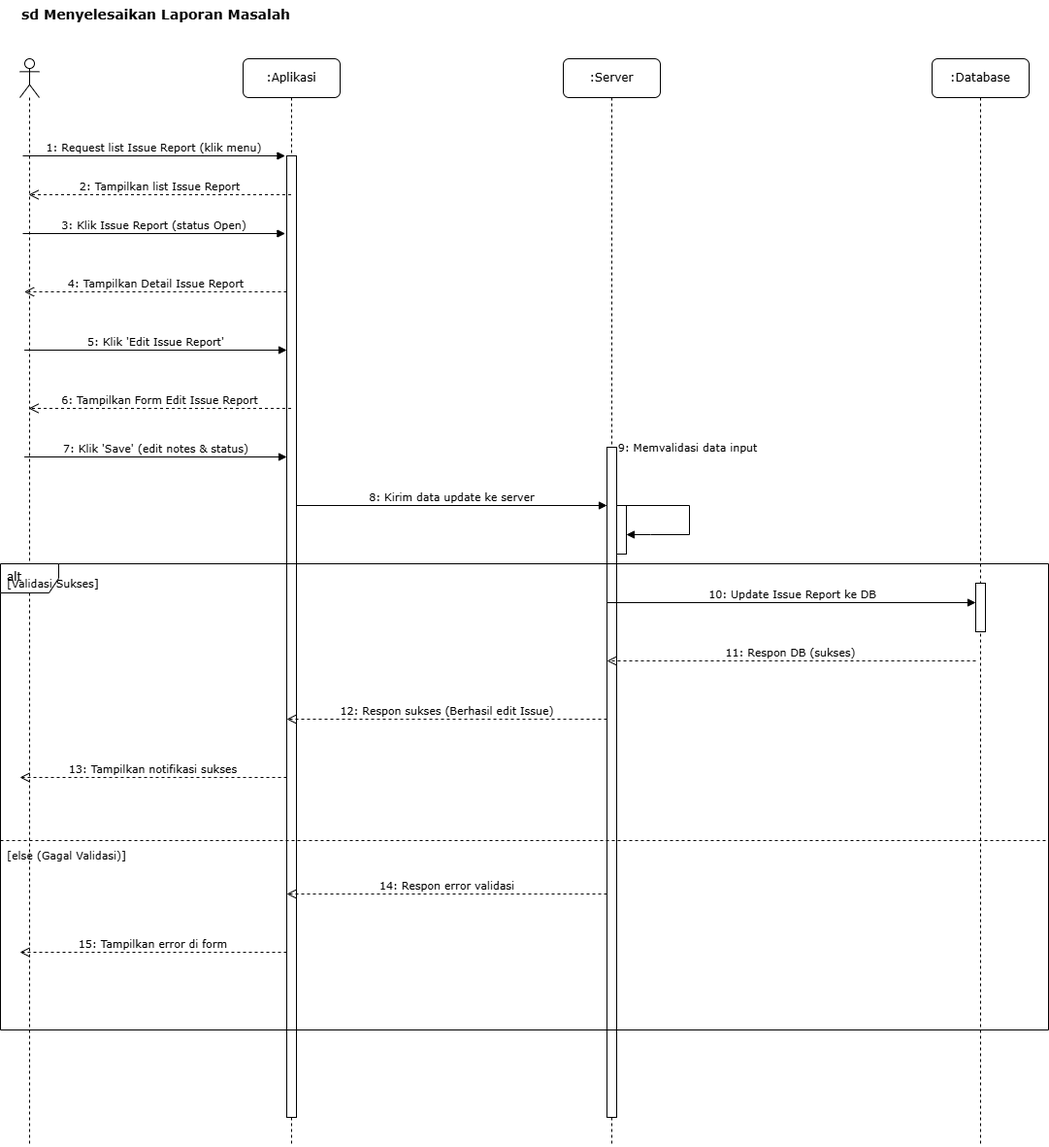
Above: Diagram/sequence-diagram-skripsi-menyelesaikan-laporan-masalah.drawio.png in Rizz404/SKRIPSI_V2 (draw.io), before the change. Source tidied: cells renumbered, new cells last; positions are measured from the earlier drawing's top-left corner, leaving out a move shared by most shapes.
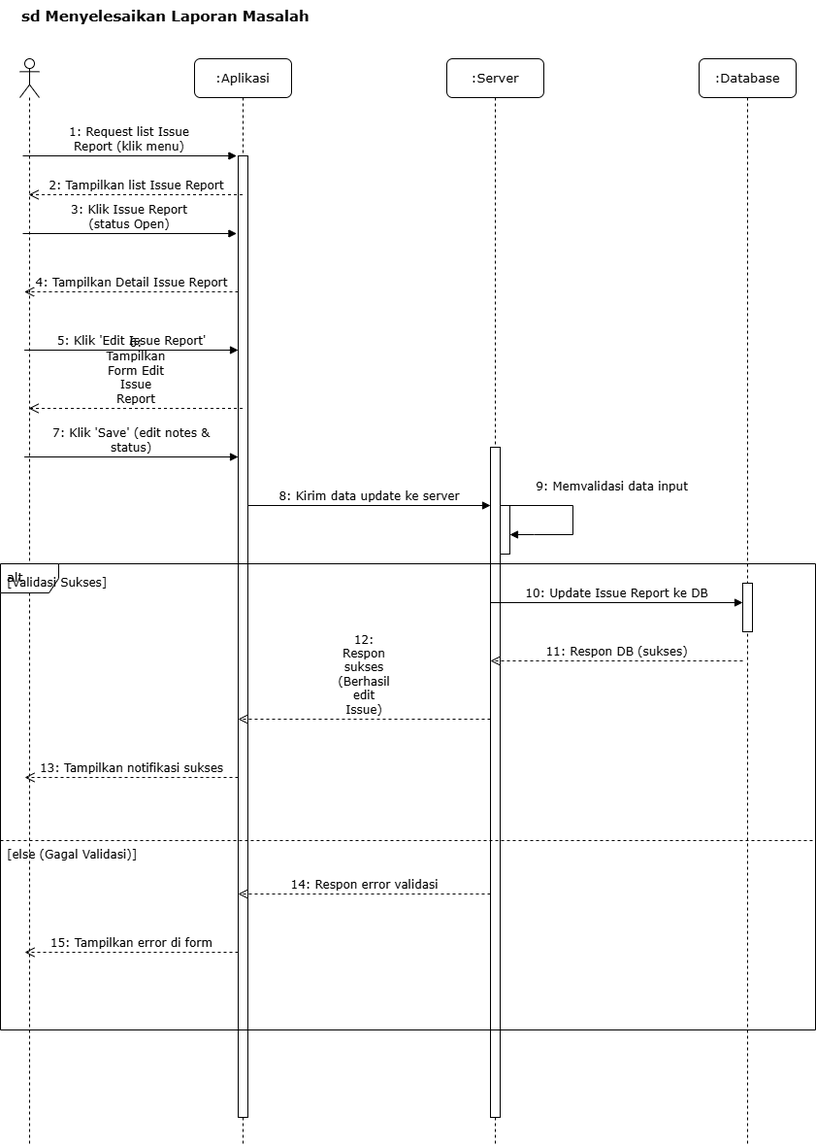
Later version of the same file.

Diff of the diagram source:
```diff
@@ -2,137 +2,137 @@
   <root>
     <mxCell id="0" />
     <mxCell id="1" parent="0" />
-    <mxCell id="2" value="sd Menyelesaikan Laporan Masalah" style="text;html=1;strokeColor=none;fillColor=none;align=left;verticalAlign=top;whiteSpace=wrap;rounded=0;fontFamily=Verdana;fontSize=14;fontStyle=1;" parent="1" vertex="1">
-      <mxGeometry x="20" width="320" height="30" as="geometry" />
+    <mxCell id="2" value="sd Menyelesaikan Laporan Masalah" style="text;html=1;strokeColor=none;fillColor=none;align=left;verticalAlign=top;whiteSpace=wrap;rounded=0;fontFamily=Verdana;fontSize=15;fontStyle=1;" parent="1" vertex="1">
+      <mxGeometry x="-60" width="320" height="30" as="geometry" />
     </mxCell>
     <mxCell id="3" style="shape=umlLifeline;perimeter=lifelinePerimeter;whiteSpace=wrap;html=1;newEdgeStyle={&quot;curved&quot;:0,&quot;rounded&quot;:0};participant=umlActor;" parent="1" vertex="1">
-      <mxGeometry x="20" y="60" width="20" height="1120" as="geometry" />
+      <mxGeometry x="-60" y="60" width="20" height="1120" as="geometry" />
     </mxCell>
-    <mxCell id="4" value=":Aplikasi" style="shape=umlLifeline;perimeter=lifelinePerimeter;whiteSpace=wrap;html=1;rounded=1;shadow=0;comic=0;labelBackgroundColor=none;strokeWidth=1;fontFamily=Verdana;fontSize=12;align=center;" parent="1" vertex="1">
-      <mxGeometry x="250" y="60" width="100" height="1120" as="geometry" />
+    <mxCell id="4" value=":Aplikasi" style="shape=umlLifeline;perimeter=lifelinePerimeter;whiteSpace=wrap;html=1;rounded=1;shadow=0;comic=0;labelBackgroundColor=none;strokeWidth=1;fontFamily=Verdana;fontSize=13;align=center;" parent="1" vertex="1">
+      <mxGeometry x="120" y="60" width="100" height="1120" as="geometry" />
     </mxCell>
-    <mxCell id="5" value=":Server" style="shape=umlLifeline;perimeter=lifelinePerimeter;whiteSpace=wrap;html=1;rounded=1;shadow=0;comic=0;labelBackgroundColor=none;strokeWidth=1;fontFamily=Verdana;fontSize=12;align=center;" parent="1" vertex="1">
-      <mxGeometry x="580" y="60" width="100" height="1120" as="geometry" />
+    <mxCell id="5" value=":Server" style="shape=umlLifeline;perimeter=lifelinePerimeter;whiteSpace=wrap;html=1;rounded=1;shadow=0;comic=0;labelBackgroundColor=none;strokeWidth=1;fontFamily=Verdana;fontSize=13;align=center;" parent="1" vertex="1">
+      <mxGeometry x="380" y="60" width="100" height="1120" as="geometry" />
     </mxCell>
-    <mxCell id="6" value=":Database" style="shape=umlLifeline;perimeter=lifelinePerimeter;whiteSpace=wrap;html=1;rounded=1;shadow=0;comic=0;labelBackgroundColor=none;strokeWidth=1;fontFamily=Verdana;fontSize=12;align=center;" parent="1" vertex="1">
-      <mxGeometry x="960" y="60" width="100" height="1120" as="geometry" />
+    <mxCell id="6" value=":Database" style="shape=umlLifeline;perimeter=lifelinePerimeter;whiteSpace=wrap;html=1;rounded=1;shadow=0;comic=0;labelBackgroundColor=none;strokeWidth=1;fontFamily=Verdana;fontSize=13;align=center;" parent="1" vertex="1">
+      <mxGeometry x="640" y="60" width="100" height="1120" as="geometry" />
     </mxCell>
     <mxCell id="7" style="html=1;points=[];perimeter=orthogonalPerimeter;fillColor=#ffffff;strokeColor=#000000;strokeWidth=1;" parent="1" vertex="1">
-      <mxGeometry x="295" y="160" width="10" height="990" as="geometry" />
+      <mxGeometry x="165" y="160" width="10" height="990" as="geometry" />
     </mxCell>
     <mxCell id="8" style="html=1;perimeter=orthogonalPerimeter;fillColor=#ffffff;strokeColor=#000000;strokeWidth=1;" parent="1" vertex="1">
-      <mxGeometry x="625" y="460" width="10" height="690" as="geometry" />
+      <mxGeometry x="425" y="460" width="10" height="690" as="geometry" />
     </mxCell>
     <mxCell id="9" style="html=1;perimeter=orthogonalPerimeter;fillColor=#ffffff;strokeColor=#000000;strokeWidth=1;" parent="1" vertex="1">
-      <mxGeometry x="1005" y="600" width="10" height="50" as="geometry" />
+      <mxGeometry x="685" y="600" width="10" height="50" as="geometry" />
     </mxCell>
-    <mxCell id="10" value="1: Request list Issue Report (klik menu)" style="html=1;verticalAlign=bottom;labelBackgroundColor=none;endArrow=block;rounded=0;fontFamily=Verdana;fontSize=11;" parent="1" edge="1">
+    <mxCell id="10" value="1: Request list Issue Report (klik menu)" style="html=1;verticalAlign=bottom;labelBackgroundColor=none;endArrow=block;rounded=0;fontFamily=Verdana;fontSize=12;whiteSpace=wrap;" parent="1" edge="1">
       <mxGeometry relative="1" as="geometry">
-        <mxPoint x="23" y="160" as="sourcePoint" />
-        <mxPoint x="293.4" y="160" as="targetPoint" />
+        <mxPoint x="-57" y="160" as="sourcePoint" />
+        <mxPoint x="163.4" y="160" as="targetPoint" />
       </mxGeometry>
     </mxCell>
-    <mxCell id="11" value="2: Tampilkan list Issue Report" style="html=1;verticalAlign=bottom;endArrow=open;dashed=1;endSize=8;labelBackgroundColor=none;fontFamily=Verdana;fontSize=11;" parent="1" edge="1">
+    <mxCell id="11" value="2: Tampilkan list Issue Report" style="html=1;verticalAlign=bottom;endArrow=open;dashed=1;endSize=8;labelBackgroundColor=none;fontFamily=Verdana;fontSize=12;" parent="1" edge="1">
       <mxGeometry relative="1" as="geometry">
-        <mxPoint x="299.5" y="200" as="sourcePoint" />
-        <mxPoint x="29.1" y="200" as="targetPoint" />
+        <mxPoint x="169.5" y="200" as="sourcePoint" />
+        <mxPoint x="-50.9" y="200" as="targetPoint" />
       </mxGeometry>
     </mxCell>
-    <mxCell id="12" value="4: Tampilkan Detail Issue Report" style="html=1;verticalAlign=bottom;endArrow=open;dashed=1;endSize=8;labelBackgroundColor=none;fontFamily=Verdana;fontSize=11;" parent="1" edge="1">
+    <mxCell id="12" value="4: Tampilkan Detail Issue Report" style="html=1;verticalAlign=bottom;endArrow=open;dashed=1;endSize=8;labelBackgroundColor=none;fontFamily=Verdana;fontSize=12;" parent="1" edge="1">
       <mxGeometry relative="1" as="geometry">
-        <mxPoint x="295" y="300" as="sourcePoint" />
-        <mxPoint x="24.6" y="300" as="targetPoint" />
+        <mxPoint x="165" y="300" as="sourcePoint" />
+        <mxPoint x="-55.4" y="300" as="targetPoint" />
       </mxGeometry>
     </mxCell>
-    <mxCell id="13" value="5: Klik 'Edit Issue Report'" style="html=1;verticalAlign=bottom;labelBackgroundColor=none;endArrow=block;rounded=0;fontFamily=Verdana;fontSize=11;" parent="1" edge="1">
+    <mxCell id="13" value="5: Klik 'Edit Issue Report'" style="html=1;verticalAlign=bottom;labelBackgroundColor=none;endArrow=block;rounded=0;fontFamily=Verdana;fontSize=12;" parent="1" edge="1">
       <mxGeometry relative="1" as="geometry">
-        <mxPoint x="24.6" y="360" as="sourcePoint" />
-        <mxPoint x="295" y="360" as="targetPoint" />
+        <mxPoint x="-55.4" y="360" as="sourcePoint" />
+        <mxPoint x="165" y="360" as="targetPoint" />
       </mxGeometry>
     </mxCell>
-    <mxCell id="14" value="6: Tampilkan Form Edit Issue Report" style="html=1;verticalAlign=bottom;endArrow=open;dashed=1;endSize=8;labelBackgroundColor=none;fontFamily=Verdana;fontSize=11;" parent="1" edge="1">
+    <mxCell id="14" value="6: Tampilkan Form Edit Issue Report" style="html=1;verticalAlign=bottom;endArrow=open;dashed=1;endSize=8;labelBackgroundColor=none;fontFamily=Verdana;fontSize=12;whiteSpace=wrap;" parent="1" edge="1">
       <mxGeometry relative="1" as="geometry">
-        <mxPoint x="299.5" y="420" as="sourcePoint" />
-        <mxPoint x="29.1" y="420" as="targetPoint" />
+        <mxPoint x="169.5" y="420" as="sourcePoint" />
+        <mxPoint x="-50.9" y="420" as="targetPoint" />
       </mxGeometry>
     </mxCell>
-    <mxCell id="15" value="7: Klik 'Save' (edit notes &amp; status)" style="html=1;verticalAlign=bottom;labelBackgroundColor=none;endArrow=block;rounded=0;fontFamily=Verdana;fontSize=11;" parent="1" edge="1">
+    <mxCell id="15" value="7: Klik 'Save' (edit notes &amp;amp; status)" style="html=1;verticalAlign=bottom;labelBackgroundColor=none;endArrow=block;rounded=0;fontFamily=Verdana;fontSize=12;whiteSpace=wrap;" parent="1" edge="1">
       <mxGeometry relative="1" as="geometry">
-        <mxPoint x="24.6" y="470" as="sourcePoint" />
-        <mxPoint x="295" y="470" as="targetPoint" />
+        <mxPoint x="-55.4" y="470" as="sourcePoint" />
+        <mxPoint x="165" y="470" as="targetPoint" />
       </mxGeometry>
     </mxCell>
-    <mxCell id="16" value="8: Kirim data update ke server" style="html=1;verticalAlign=bottom;endArrow=block;labelBackgroundColor=none;fontFamily=Verdana;fontSize=11;" parent="1" edge="1" source="7">
+    <mxCell id="16" value="8: Kirim data update ke server" style="html=1;verticalAlign=bottom;endArrow=block;labelBackgroundColor=none;fontFamily=Verdana;fontSize=12;" parent="1" edge="1" source="7">
       <mxGeometry relative="1" as="geometry">
-        <mxPoint x="625" y="520" as="targetPoint" />
+        <mxPoint x="425" y="520" as="targetPoint" />
       </mxGeometry>
     </mxCell>
     <mxCell id="17" style="html=1;points=[];perimeter=orthogonalPerimeter;fillColor=#ffffff;strokeColor=#000000;strokeWidth=1;" parent="1" vertex="1">
-      <mxGeometry x="635" y="520" width="10" height="50" as="geometry" />
+      <mxGeometry x="435" y="520" width="10" height="50" as="geometry" />
     </mxCell>
-    <mxCell id="18" value="9: Memvalidasi data input" style="html=1;verticalAlign=bottom;endArrow=block;curved=0;labelBackgroundColor=none;fontFamily=Verdana;fontSize=11;rounded=0;" parent="1" edge="1" target="17">
+    <mxCell id="18" value="9: Memvalidasi data input" style="html=1;verticalAlign=bottom;endArrow=block;curved=0;labelBackgroundColor=none;fontFamily=Verdana;fontSize=12;rounded=0;" parent="1" edge="1" target="17">
       <mxGeometry x="-0.13" y="41" relative="1" as="geometry">
-        <mxPoint x="635" y="520" as="sourcePoint" />
+        <mxPoint x="435" y="520" as="sourcePoint" />
         <Array as="points">
-          <mxPoint x="710" y="520" />
-          <mxPoint x="710" y="550" />
-          <mxPoint x="670" y="550" />
+          <mxPoint x="510" y="520" />
+          <mxPoint x="510" y="550" />
+          <mxPoint x="470" y="550" />
         </Array>
         <mxPoint x="-1" y="-10" as="offset" />
       </mxGeometry>
     </mxCell>
-    <mxCell id="19" value="alt" style="shape=umlFrame;whiteSpace=wrap;html=1;verticalAlign=top;align=left;spacingLeft=5;fontFamily=Verdana;fontSize=12;" parent="1" vertex="1">
-      <mxGeometry y="580" width="1080" height="480" as="geometry" />
+    <mxCell id="19" value="alt" style="shape=umlFrame;whiteSpace=wrap;html=1;verticalAlign=top;align=left;spacingLeft=5;fontFamily=Verdana;fontSize=13;" parent="1" vertex="1">
+      <mxGeometry x="-80" y="580" width="840" height="480" as="geometry" />
     </mxCell>
-    <mxCell id="20" value="[Validasi Sukses]" style="text;html=1;align=left;verticalAlign=middle;strokeColor=none;fillColor=none;fontFamily=Verdana;fontSize=11;" parent="19" vertex="1">
-      <mxGeometry x="5" y="5" width="110" height="30" as="geometry" />
+    <mxCell id="20" value="[Validasi Sukses]" style="text;html=1;align=left;verticalAlign=middle;strokeColor=none;fillColor=none;fontFamily=Verdana;fontSize=12;" parent="19" vertex="1">
+      <mxGeometry x="5" y="5" width="120" height="30" as="geometry" />
     </mxCell>
-    <mxCell id="21" value="10: Update Issue Report ke DB" style="html=1;verticalAlign=bottom;endArrow=block;labelBackgroundColor=none;fontFamily=Verdana;fontSize=11;" parent="19" edge="1">
+    <mxCell id="21" value="10: Update Issue Report ke DB" style="html=1;verticalAlign=bottom;endArrow=block;labelBackgroundColor=none;fontFamily=Verdana;fontSize=12;" parent="19" edge="1">
       <mxGeometry relative="1" as="geometry">
-        <mxPoint x="625" y="40" as="sourcePoint" />
-        <mxPoint x="1005" y="40" as="targetPoint" />
+        <mxPoint x="505" y="40" as="sourcePoint" />
+        <mxPoint x="765" y="40" as="targetPoint" />
       </mxGeometry>
     </mxCell>
-    <mxCell id="22" value="11: Respon DB (sukses)" style="html=1;verticalAlign=bottom;endArrow=open;dashed=1;endSize=8;labelBackgroundColor=none;fontFamily=Verdana;fontSize=11;" parent="19" edge="1">
+    <mxCell id="22" value="11: Respon DB (sukses)" style="html=1;verticalAlign=bottom;endArrow=open;dashed=1;endSize=8;labelBackgroundColor=none;fontFamily=Verdana;fontSize=12;" parent="19" edge="1">
       <mxGeometry relative="1" as="geometry">
-        <mxPoint x="1005" y="100" as="sourcePoint" />
-        <mxPoint x="625" y="100" as="targetPoint" />
+        <mxPoint x="765" y="100" as="sourcePoint" />
+        <mxPoint x="505" y="100" as="targetPoint" />
       </mxGeometry>
     </mxCell>
-    <mxCell id="23" value="12: Respon sukses (Berhasil edit Issue)" style="html=1;verticalAlign=bottom;endArrow=open;dashed=1;endSize=8;labelBackgroundColor=none;fontFamily=Verdana;fontSize=11;" parent="19" edge="1">
+    <mxCell id="23" value="12: Respon sukses (Berhasil edit Issue)" style="html=1;verticalAlign=bottom;endArrow=open;dashed=1;endSize=8;labelBackgroundColor=none;fontFamily=Verdana;fontSize=12;whiteSpace=wrap;" parent="19" edge="1">
       <mxGeometry relative="1" as="geometry">
-        <mxPoint x="625" y="160" as="sourcePoint" />
-        <mxPoint x="295" y="160" as="targetPoint" />
+        <mxPoint x="505" y="160" as="sourcePoint" />
+        <mxPoint x="245" y="160" as="targetPoint" />
       </mxGeometry>
     </mxCell>
-    <mxCell id="24" value="13: Tampilkan notifikasi sukses" style="html=1;verticalAlign=bottom;endArrow=open;dashed=1;endSize=8;labelBackgroundColor=none;fontFamily=Verdana;fontSize=11;" parent="19" edge="1">
+    <mxCell id="24" value="13: Tampilkan notifikasi sukses" style="html=1;verticalAlign=bottom;endArrow=open;dashed=1;endSize=8;labelBackgroundColor=none;fontFamily=Verdana;fontSize=12;" parent="19" edge="1">
       <mxGeometry relative="1" as="geometry">
-        <mxPoint x="295" y="220" as="sourcePoint" />
-        <mxPoint x="20" y="220" as="targetPoint" />
+        <mxPoint x="245" y="220" as="sourcePoint" />
+        <mxPoint x="25" y="220" as="targetPoint" />
       </mxGeometry>
     </mxCell>
     <mxCell id="25" style="line;html=1;strokeWidth=1;dashed=1;align=center;verticalAlign=middle;" parent="19" vertex="1">
-      <mxGeometry y="280" width="1080" height="10" as="geometry" />
+      <mxGeometry y="280" width="840" height="10" as="geometry" />
     </mxCell>
-    <mxCell id="26" value="[else (Gagal Validasi)]" style="text;html=1;align=left;verticalAlign=middle;strokeColor=none;fillColor=none;fontFamily=Verdana;fontSize=11;" parent="19" vertex="1">
-      <mxGeometry x="5" y="285" width="140" height="30" as="geometry" />
+    <mxCell id="26" value="[else (Gagal Validasi)]" style="text;html=1;align=left;verticalAlign=middle;strokeColor=none;fillColor=none;fontFamily=Verdana;fontSize=12;" parent="19" vertex="1">
+      <mxGeometry x="5" y="285" width="150" height="30" as="geometry" />
     </mxCell>
-    <mxCell id="27" value="14: Respon error validasi" style="html=1;verticalAlign=bottom;endArrow=open;dashed=1;endSize=8;labelBackgroundColor=none;fontFamily=Verdana;fontSize=11;" parent="19" edge="1">
+    <mxCell id="27" value="14: Respon error validasi" style="html=1;verticalAlign=bottom;endArrow=open;dashed=1;endSize=8;labelBackgroundColor=none;fontFamily=Verdana;fontSize=12;" parent="19" edge="1">
       <mxGeometry relative="1" as="geometry">
-        <mxPoint x="625" y="340" as="sourcePoint" />
-        <mxPoint x="295" y="340" as="targetPoint" />
+        <mxPoint x="505" y="340" as="sourcePoint" />
+        <mxPoint x="245" y="340" as="targetPoint" />
       </mxGeometry>
     </mxCell>
-    <mxCell id="28" value="15: Tampilkan error di form" style="html=1;verticalAlign=bottom;endArrow=open;dashed=1;endSize=8;labelBackgroundColor=none;fontFamily=Verdana;fontSize=11;" parent="19" edge="1">
+    <mxCell id="28" value="15: Tampilkan error di form" style="html=1;verticalAlign=bottom;endArrow=open;dashed=1;endSize=8;labelBackgroundColor=none;fontFamily=Verdana;fontSize=12;" parent="19" edge="1">
       <mxGeometry relative="1" as="geometry">
-        <mxPoint x="295" y="400" as="sourcePoint" />
-        <mxPoint x="20" y="400" as="targetPoint" />
+        <mxPoint x="245" y="400" as="sourcePoint" />
+        <mxPoint x="25" y="400" as="targetPoint" />
       </mxGeometry>
     </mxCell>
-    <mxCell id="29" value="3: Klik Issue Report (status Open)" style="html=1;verticalAlign=bottom;labelBackgroundColor=none;endArrow=block;rounded=0;fontFamily=Verdana;fontSize=11;" parent="1" edge="1">
+    <mxCell id="29" value="3: Klik Issue Report (status Open)" style="html=1;verticalAlign=bottom;labelBackgroundColor=none;endArrow=block;rounded=0;fontFamily=Verdana;fontSize=12;whiteSpace=wrap;" parent="1" edge="1">
       <mxGeometry relative="1" as="geometry">
-        <mxPoint x="23" y="240" as="sourcePoint" />
-        <mxPoint x="293.4" y="240" as="targetPoint" />
+        <mxPoint x="-57" y="240" as="sourcePoint" />
+        <mxPoint x="163.4" y="240" as="targetPoint" />
       </mxGeometry>
     </mxCell>
   </root>
```
